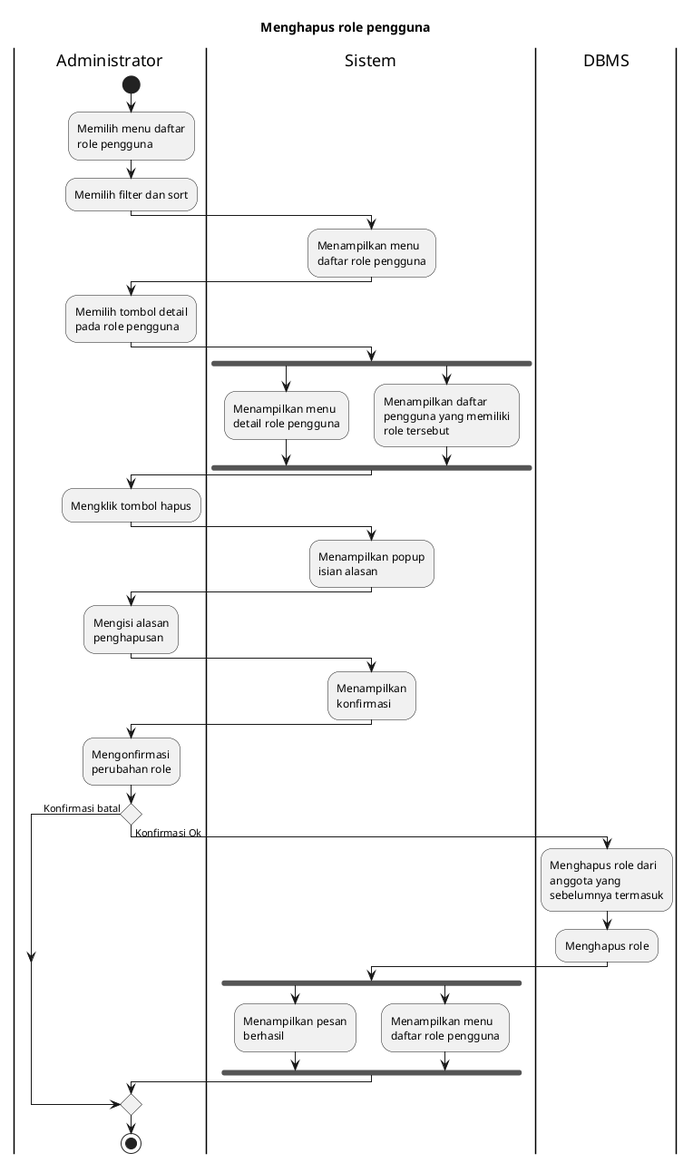
This is export/Activity Diagrams/UC-MGUSER - Manajemen Pengguna/UC-MGUSER-008 - Menghapus role pengguna.png from bagusNA/appl-diagrams, a PlantUML export, as it was before one commit.
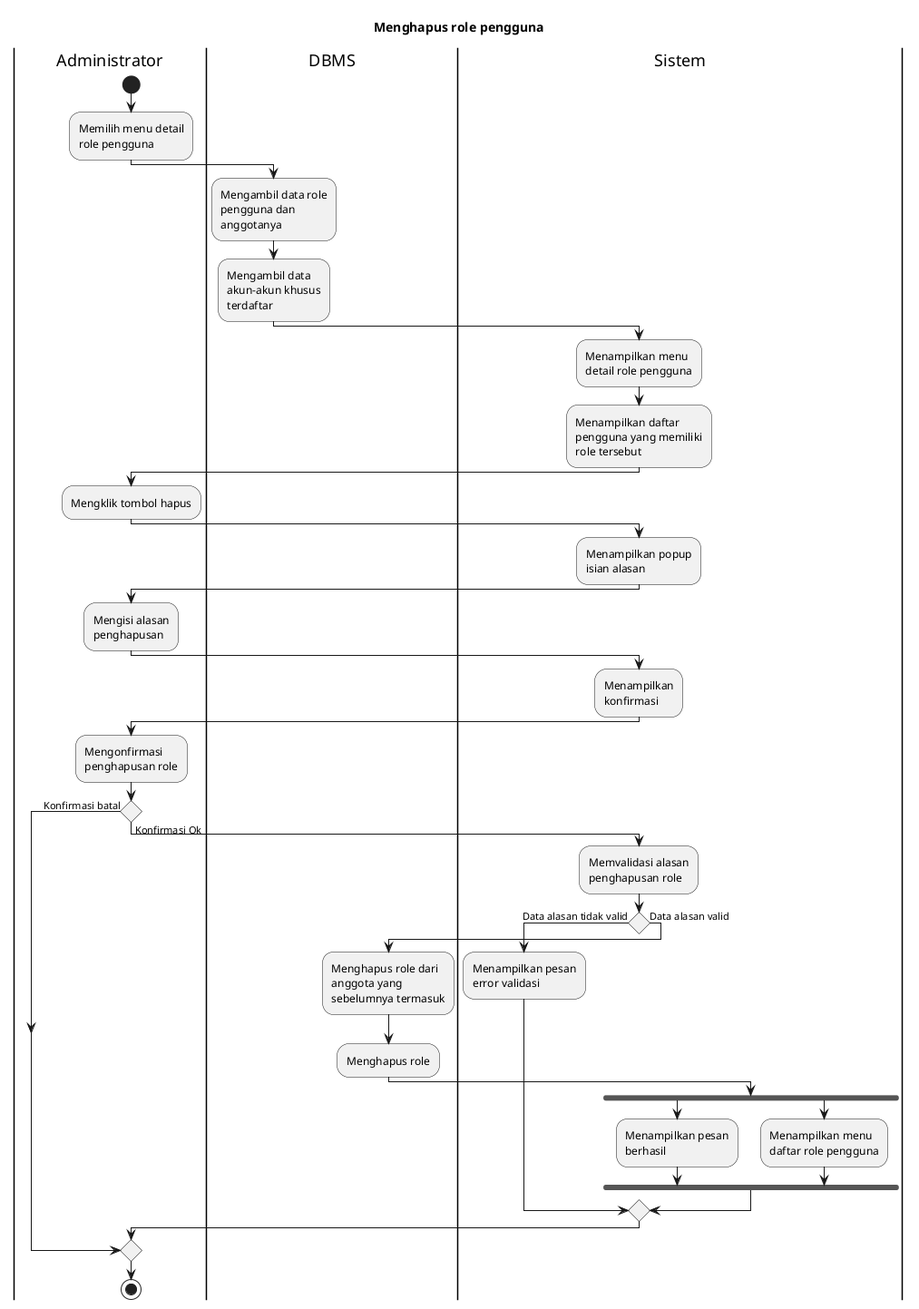
The same file after the commit.

What changed in the source:
```diff
@@ -5,21 +5,15 @@
 
 |Administrator|
 start
-:Memilih menu daftar role pengguna;
-:Memilih filter dan sort;
+:Memilih menu detail role pengguna;
+
+|DBMS|
+:Mengambil data role pengguna dan anggotanya;
+:Mengambil data akun-akun khusus terdaftar;
 
 |Sistem|
-:Menampilkan menu daftar role pengguna;
-
-|Administrator|
-:Memilih tombol detail pada role pengguna;
-
-|Sistem|
-fork
-  :Menampilkan menu detail role pengguna;
-fork again
-  :Menampilkan daftar pengguna yang memiliki role tersebut;
-endfork
+:Menampilkan menu detail role pengguna;
+:Menampilkan daftar pengguna yang memiliki role tersebut;
 
 |Administrator|
 :Mengklik tombol hapus;
@@ -34,20 +28,27 @@
 :Menampilkan konfirmasi;
 
 |Administrator|
-:Mengonfirmasi perubahan role;
+:Mengonfirmasi penghapusan role;
 
 if () then (Konfirmasi batal)
 else (Konfirmasi Ok)
-  |DBMS|
-  :Menghapus role dari anggota yang sebelumnya termasuk;
-  :Menghapus role;
+  |Sistem|
+  :Memvalidasi alasan penghapusan role;
 
-  |Sistem|
-  fork
-  :Menampilkan pesan berhasil;
-  fork again
-  :Menampilkan menu daftar role pengguna;
-  endfork
+  if () then (Data alasan tidak valid)
+    :Menampilkan pesan error validasi;
+  else (Data alasan valid)
+    |DBMS|
+    :Menghapus role dari anggota yang sebelumnya termasuk;
+    :Menghapus role;
+
+    |Sistem|
+    fork
+      :Menampilkan pesan berhasil;
+    fork again
+      :Menampilkan menu daftar role pengguna;
+    endfork
+  endif
 endif
 
 |Administrator|
```
